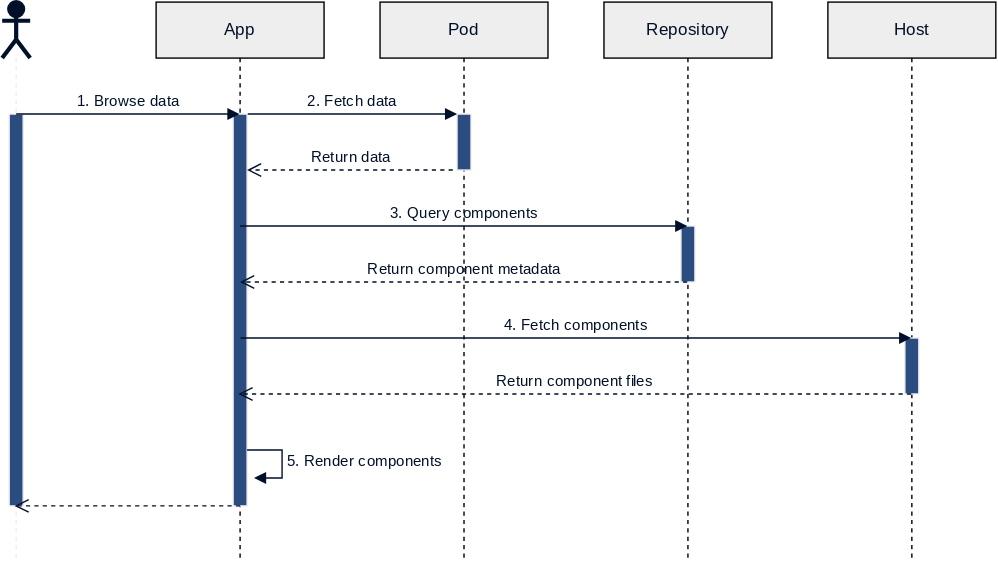
Earlier version of the draw.io export packages/semcom-core/docs/modules/introduction/images/sequence.svg (useid/semcom). Source tidied: cells renumbered, new cells last; positions are measured from the earlier drawing's top-left corner, leaving out a move shared by most shapes.
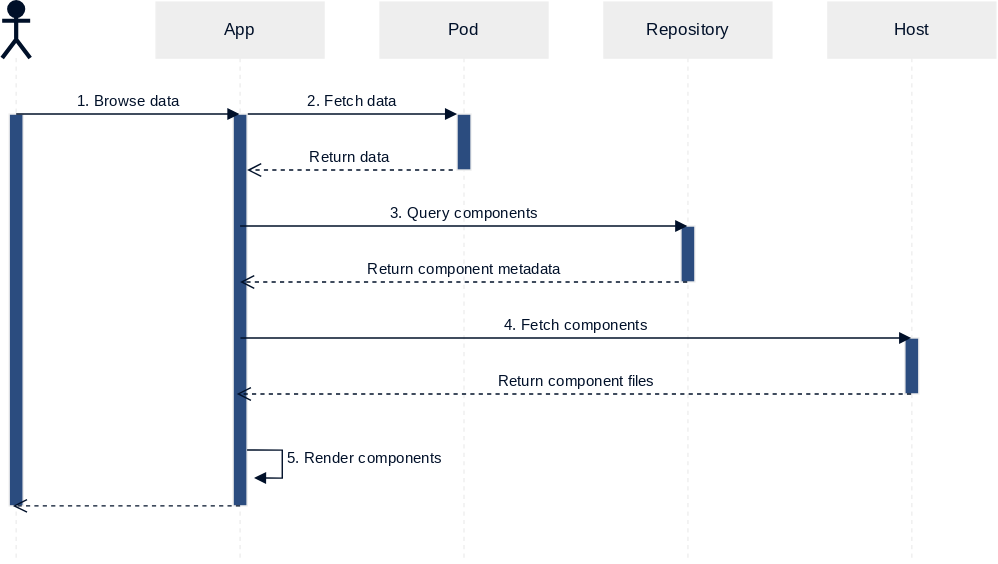
The same file after the commit.

What changed in the source:
```diff
@@ -2,25 +2,25 @@
   <root>
     <mxCell id="0" />
     <mxCell id="1" parent="0" />
-    <mxCell id="2" value="App" style="shape=umlLifeline;perimeter=lifelinePerimeter;whiteSpace=wrap;html=1;outlineConnect=0;fontFamily=Fira Sans;fontSource=https%3A%2F%2Ffonts.googleapis.com%2Fcss%3Ffamily%3DFira%2BSans;fillColor=#EEEEEE;fontColor=#001029;" parent="1" vertex="1">
+    <mxCell id="2" value="App" style="shape=umlLifeline;perimeter=lifelinePerimeter;whiteSpace=wrap;html=1;outlineConnect=0;fontFamily=Fira Sans;fontSource=https%3A%2F%2Ffonts.googleapis.com%2Fcss%3Ffamily%3DFira%2BSans;fontColor=#001029;fillColor=#EEEEEE;strokeColor=#EEEEEE;" parent="1" vertex="1">
       <mxGeometry x="110" width="120" height="400" as="geometry" />
     </mxCell>
     <mxCell id="3" style="html=1;points=[];perimeter=orthogonalPerimeter;strokeColor=#EEEEEE;fillColor=#2B4C7F;fontFamily=Fira Sans;fontSource=https%3A%2F%2Ffonts.googleapis.com%2Fcss%3Ffamily%3DFira%2BSans;fontColor=#001029;" parent="2" vertex="1">
       <mxGeometry x="55" y="80" width="10" height="280" as="geometry" />
     </mxCell>
-    <mxCell id="4" value="Pod" style="shape=umlLifeline;perimeter=lifelinePerimeter;whiteSpace=wrap;html=1;fontFamily=Fira Sans;fontSource=https%3A%2F%2Ffonts.googleapis.com%2Fcss%3Ffamily%3DFira%2BSans;fillColor=#EEEEEE;fontColor=#001029;" parent="1" vertex="1">
+    <mxCell id="4" value="Pod" style="shape=umlLifeline;perimeter=lifelinePerimeter;whiteSpace=wrap;html=1;fontFamily=Fira Sans;fontSource=https%3A%2F%2Ffonts.googleapis.com%2Fcss%3Ffamily%3DFira%2BSans;fontColor=#001029;fillColor=#EEEEEE;strokeColor=#EEEEEE;" parent="1" vertex="1">
       <mxGeometry x="270" width="120" height="400" as="geometry" />
     </mxCell>
     <mxCell id="5" style="html=1;points=[];perimeter=orthogonalPerimeter;strokeColor=#EEEEEE;fillColor=#2B4C7F;fontFamily=Fira Sans;fontSource=https%3A%2F%2Ffonts.googleapis.com%2Fcss%3Ffamily%3DFira%2BSans;fontColor=#001029;" parent="4" vertex="1">
       <mxGeometry x="55" y="80" width="10" height="40" as="geometry" />
     </mxCell>
-    <mxCell id="6" value="Repository" style="shape=umlLifeline;perimeter=lifelinePerimeter;whiteSpace=wrap;html=1;outlineConnect=0;fontFamily=Fira Sans;fontSource=https%3A%2F%2Ffonts.googleapis.com%2Fcss%3Ffamily%3DFira%2BSans;fillColor=#EEEEEE;fontColor=#001029;" parent="1" vertex="1">
+    <mxCell id="6" value="Repository" style="shape=umlLifeline;perimeter=lifelinePerimeter;whiteSpace=wrap;html=1;outlineConnect=0;fontFamily=Fira Sans;fontSource=https%3A%2F%2Ffonts.googleapis.com%2Fcss%3Ffamily%3DFira%2BSans;fontColor=#001029;fillColor=#EEEEEE;strokeColor=#EEEEEE;" parent="1" vertex="1">
       <mxGeometry x="430" width="120" height="400" as="geometry" />
     </mxCell>
     <mxCell id="7" style="html=1;perimeter=orthogonalPerimeter;strokeColor=#EEEEEE;fillColor=#2B4C7F;fontFamily=Fira Sans;fontSource=https%3A%2F%2Ffonts.googleapis.com%2Fcss%3Ffamily%3DFira%2BSans;fontColor=#001029;" parent="6" vertex="1">
       <mxGeometry x="55" y="160" width="10" height="40" as="geometry" />
     </mxCell>
-    <mxCell id="8" value="Host" style="shape=umlLifeline;perimeter=lifelinePerimeter;whiteSpace=wrap;html=1;outlineConnect=0;fontFamily=Fira Sans;fontSource=https%3A%2F%2Ffonts.googleapis.com%2Fcss%3Ffamily%3DFira%2BSans;fillColor=#EEEEEE;fontColor=#001029;" parent="1" vertex="1">
+    <mxCell id="8" value="Host" style="shape=umlLifeline;perimeter=lifelinePerimeter;whiteSpace=wrap;html=1;outlineConnect=0;fontFamily=Fira Sans;fontSource=https%3A%2F%2Ffonts.googleapis.com%2Fcss%3Ffamily%3DFira%2BSans;fontColor=#001029;fillColor=#EEEEEE;strokeColor=#EEEEEE;" parent="1" vertex="1">
       <mxGeometry x="590" width="120" height="400" as="geometry" />
     </mxCell>
     <mxCell id="9" style="html=1;perimeter=orthogonalPerimeter;strokeColor=#EEEEEE;fillColor=#2B4C7F;fontFamily=Fira Sans;fontSource=https%3A%2F%2Ffonts.googleapis.com%2Fcss%3Ffamily%3DFira%2BSans;fontColor=#001029;" parent="8" vertex="1">
```
